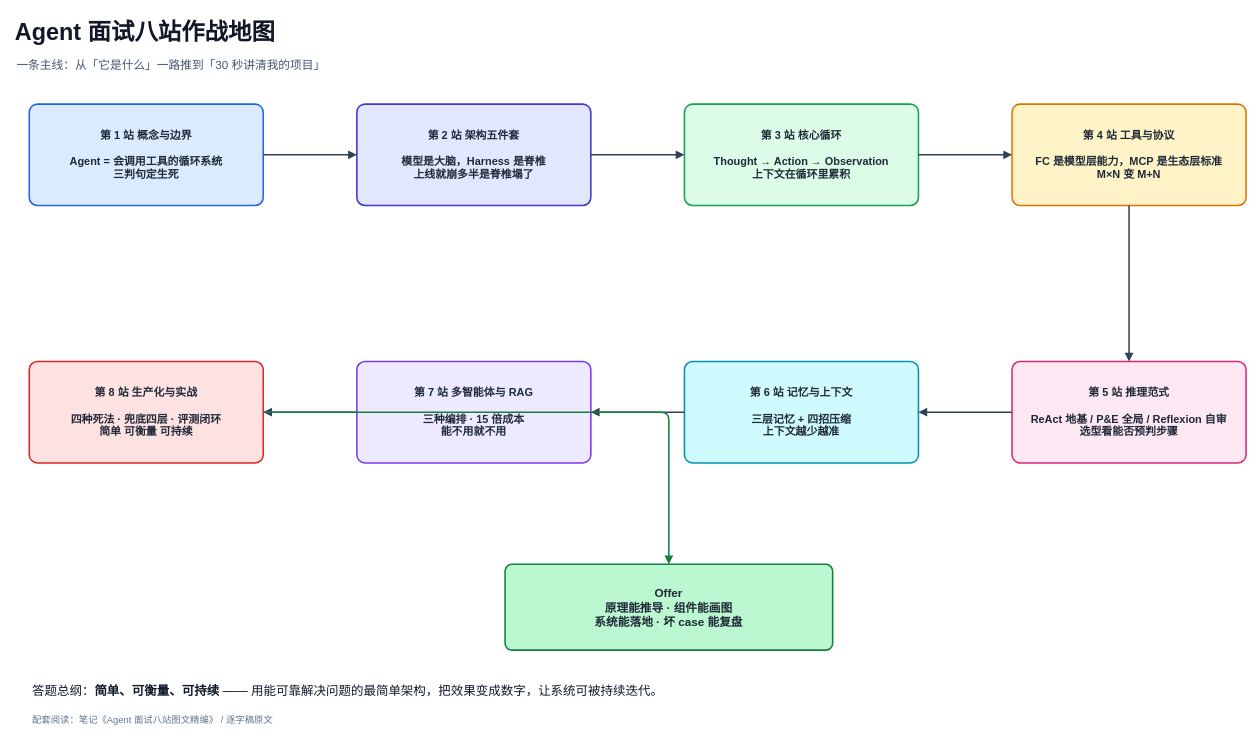
This is page "01-八站全景" (1 of 5) of 6-ai/Agent 面试八站作战地图.drawio from vic868/Deliberate, a draw.io file, before an edit. Source tidied: cells renumbered, new cells numbered last; positions are measured from the earlier drawing's top-left corner, leaving out a move shared by most shapes. Both pictures are drawn from the tidied source at 78%, with x=0, y=0 at pixel (13, 13).
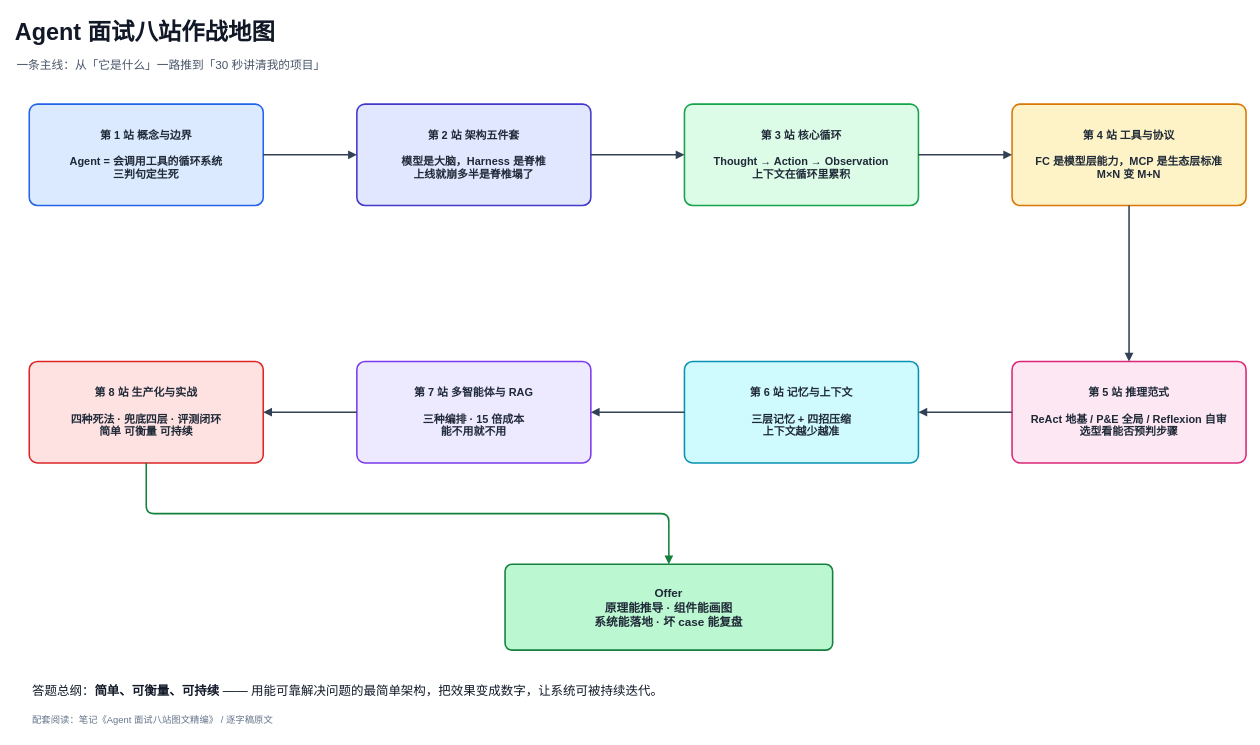
The same page after the edit.

Unchanged cells that the change refers to:
```xml
<mxCell id="11" value="&lt;b&gt;第 8 站  生产化与实战&lt;/b&gt;&lt;br/&gt;&lt;br/&gt;四种死法 · 兜底四层 · 评测闭环&lt;br/&gt;简单 可衡量 可持续" style="rounded=1;whiteSpace=wrap;html=1;fillColor=#fee2e2;strokeColor=#dc2626;strokeWidth=2;fontSize=14;fontStyle=1;align=center;verticalAlign=middle;dashed=0;fontColor=#1f2937;arcSize=8;" parent="1" vertex="1">
  <mxGeometry x="20" y="446" width="300" height="130" as="geometry" />
</mxCell>
<mxCell id="19" value="&lt;b&gt;Offer&lt;/b&gt;&lt;br/&gt;原理能推导 · 组件能画图&lt;br/&gt;系统能落地 · 坏 case 能复盘" style="rounded=1;whiteSpace=wrap;html=1;fillColor=#bbf7d0;strokeColor=#15803d;strokeWidth=2;fontSize=15;fontStyle=1;align=center;verticalAlign=middle;dashed=0;fontColor=#1f2937;arcSize=8;" parent="1" vertex="1">
  <mxGeometry x="630" y="706" width="420" height="110" as="geometry" />
</mxCell>
```

What changed in the source:
```diff
@@
-    <mxCell id="20" style="edgeStyle=orthogonalEdgeStyle;rounded=1;html=1;strokeWidth=2;strokeColor=#15803d;endArrow=block;endFill=1;dashed=0;fontSize=12;fontColor=#475569;horizontal=1;labelBackgroundColor=#ffffff;" parent="1" edge="1" source="11" target="19">
+    <mxCell id="20" style="edgeStyle=orthogonalEdgeStyle;rounded=1;html=1;strokeWidth=2;strokeColor=#15803d;endArrow=block;endFill=1;dashed=0;fontSize=12;fontColor=#475569;horizontal=1;labelBackgroundColor=#ffffff;exitX=0.5;exitY=1;entryX=0.5;entryY=0;" parent="1" edge="1" source="11" target="19">
       <mxGeometry relative="1" as="geometry" />
     </mxCell>
```
